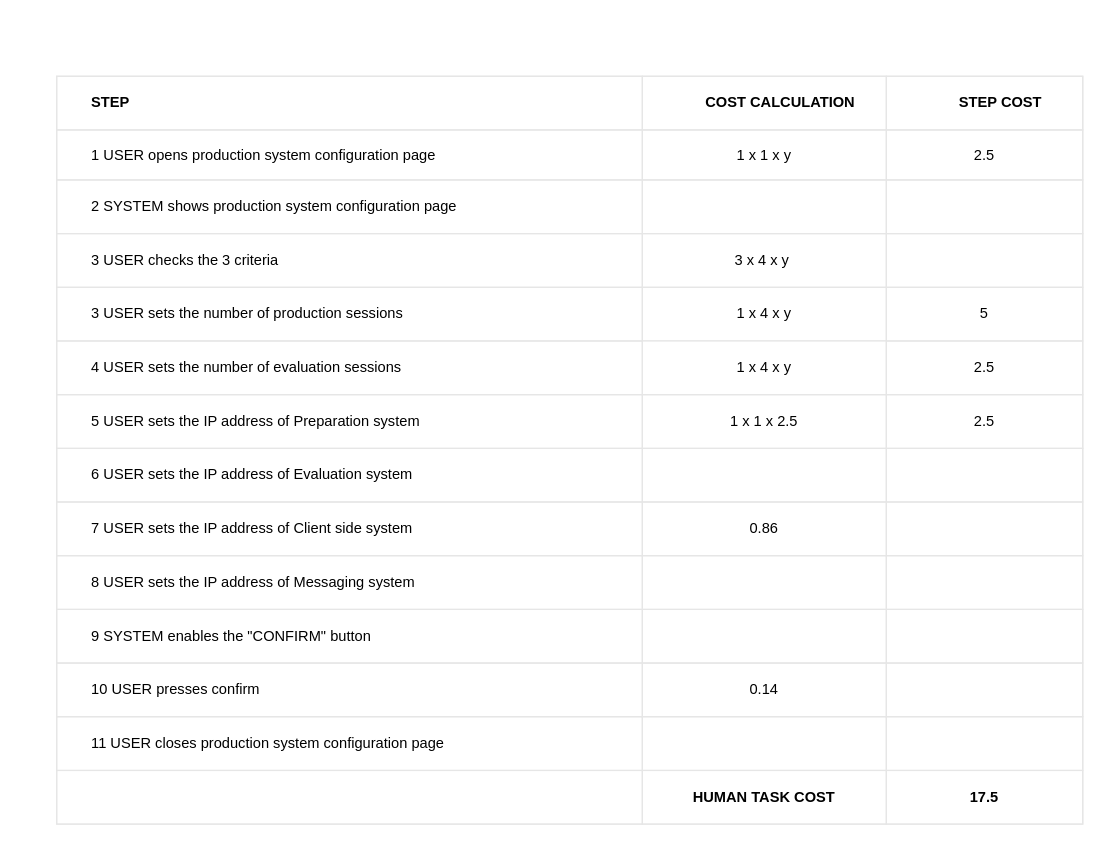
Earlier version of the draw.io diagram configure/production system (JACO)/production_system_table.drawio (BaffoBello14/AutomaticDamagesRecognition). Source tidied: cells renumbered, new cells numbered last; positions are measured from the earlier drawing's top-left corner, leaving out a move shared by most shapes. Both pictures are drawn from the tidied source at 122%, with x=0, y=0 at pixel (56, 76).
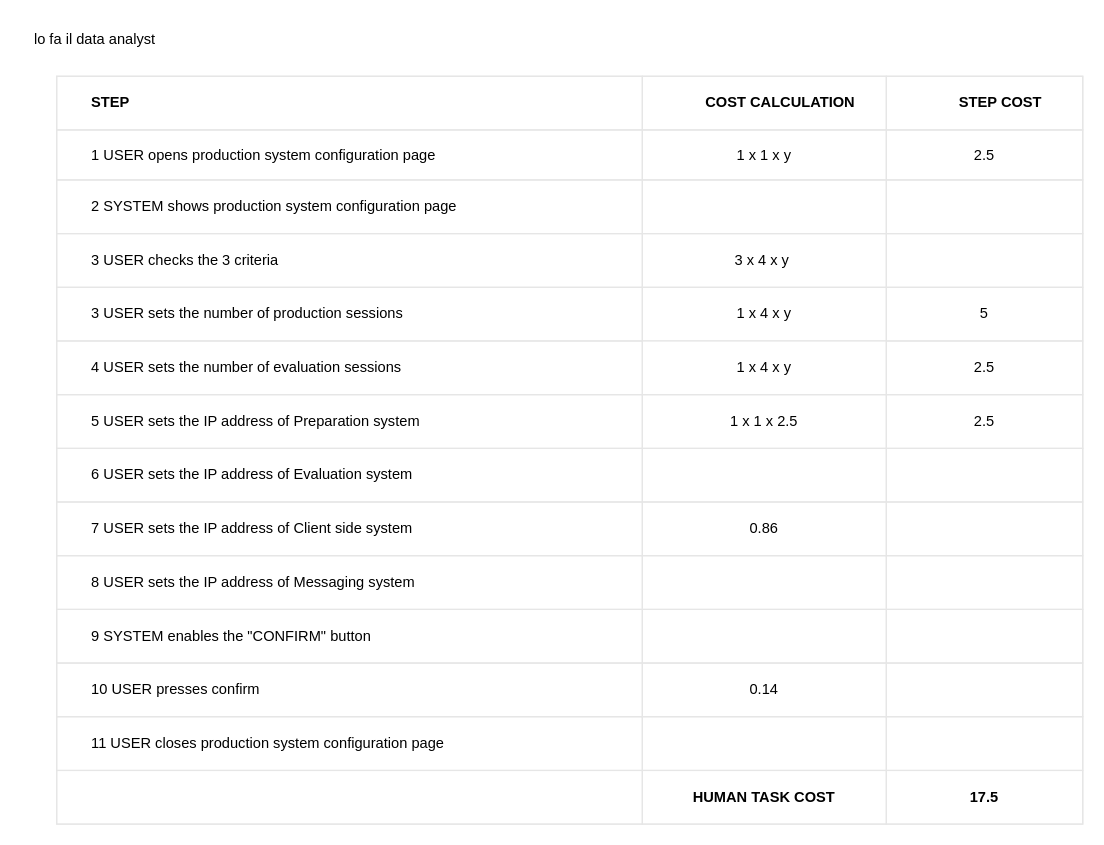
After the change.

Commit message:
Fix table layout in production system configuration

Change to the diagram source:
```diff
@@
+    <mxCell id="59" value="lo fa il data analyst" style="text;html=1;align=center;verticalAlign=middle;strokeColor=none;fillColor=none;" parent="1" vertex="1">
+      <mxGeometry x="-29" y="-45" width="120" height="30" as="geometry" />
+    </mxCell>
```
